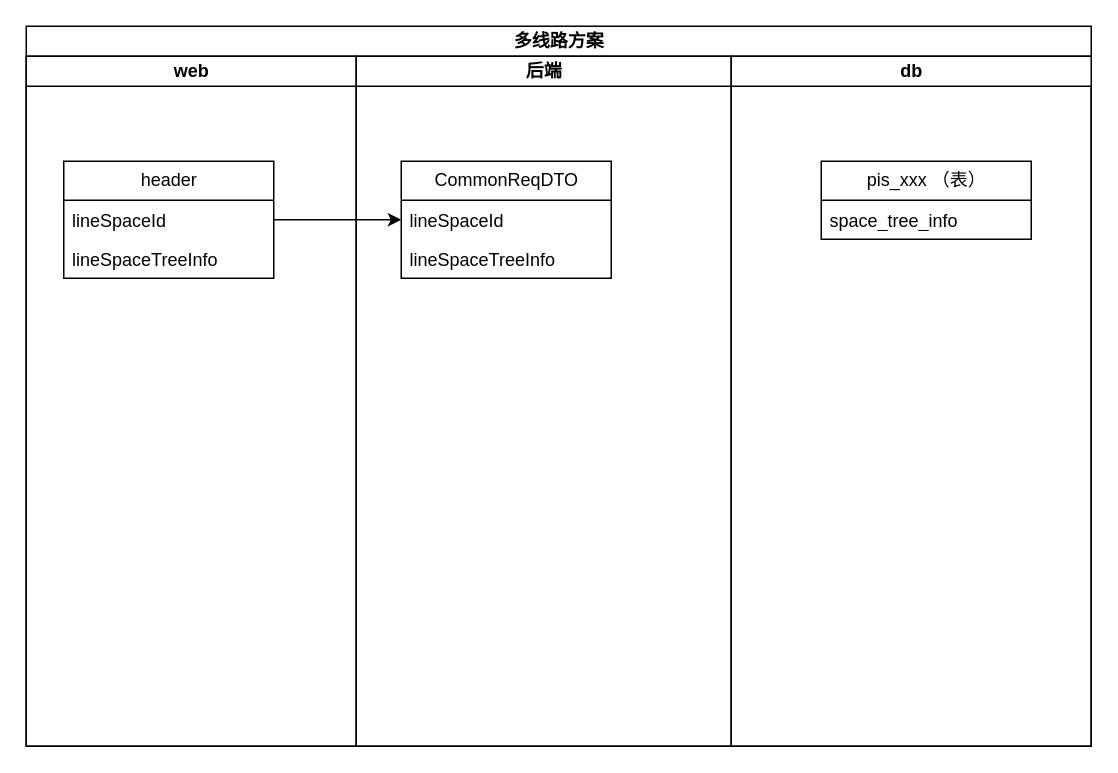
Above: yzs/PIS服务器部署.drawio in yanglei1992/documents (draw.io), before the change. Source tidied: cells renumbered, new cells numbered last; positions are measured from the earlier drawing's top-left corner, leaving out a move shared by most shapes. Both pictures are drawn from the tidied source at 150%, with x=0, y=0 at pixel (26, 26).
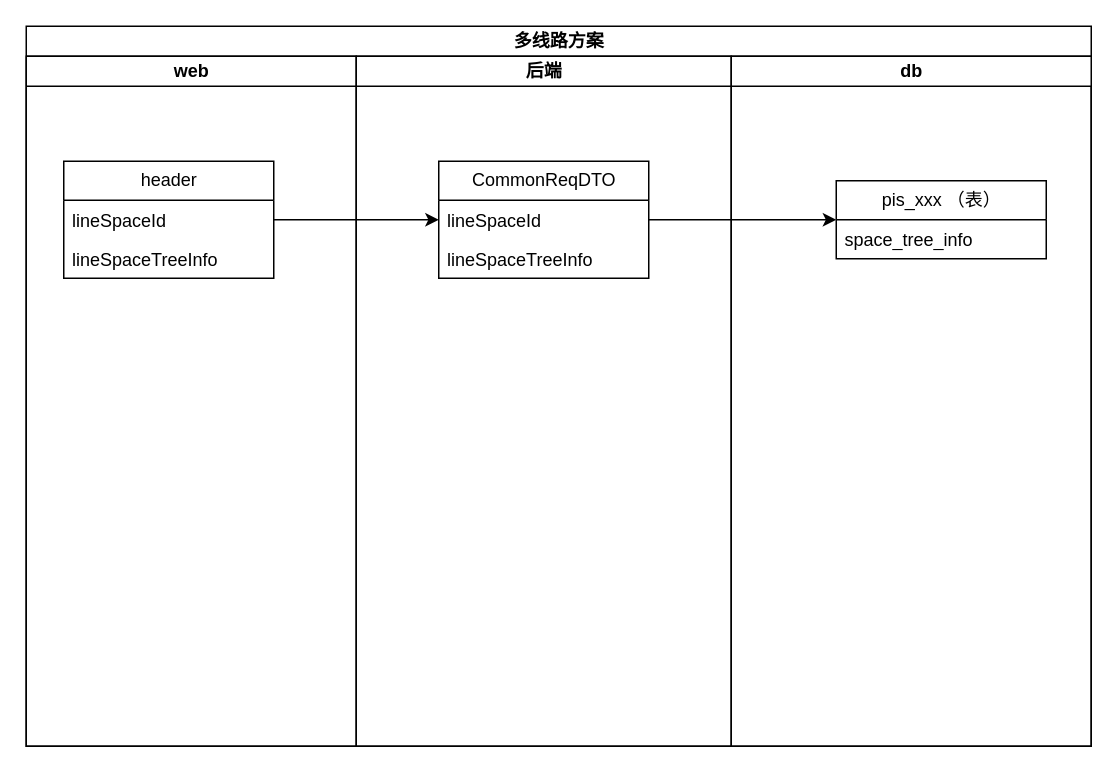
After the change.

Commit message (it also covers changes not shown here):
更新PIS服务器部署.drawio

The edit, as a diff of the source:
```diff
@@
 <mxGraphModel>
   <root>
     <mxCell id="0" />
     <mxCell id="1" parent="0" />
     <mxCell id="2" value="多线路方案" style="swimlane;startSize=20;html=1;" parent="1" vertex="1">
       <mxGeometry width="710" height="480" as="geometry" />
     </mxCell>
     <mxCell id="3" value="web" style="swimlane;startSize=20;html=1;" parent="2" vertex="1">
       <mxGeometry y="20" width="220" height="460" as="geometry" />
     </mxCell>
     <mxCell id="4" value="header" style="swimlane;fontStyle=0;horizontal=1;startSize=26;fillColor=none;html=1;" parent="3" vertex="1">
       <mxGeometry x="25" y="70" width="140" height="78" as="geometry" />
     </mxCell>
     <mxCell id="5" value="lineSpaceId" style="text;strokeColor=none;fillColor=none;align=left;verticalAlign=top;spacingLeft=4;spacingRight=4;overflow=hidden;points=[[0,0.5],[1,0.5]];portConstraint=eastwest;whiteSpace=wrap;html=1;" parent="4" vertex="1">
       <mxGeometry y="26" width="140" height="26" as="geometry" />
     </mxCell>
     <mxCell id="6" value="lineSpaceTreeInfo" style="text;strokeColor=none;fillColor=none;align=left;verticalAlign=top;spacingLeft=4;spacingRight=4;overflow=hidden;whiteSpace=wrap;html=1;" parent="4" vertex="1">
       <mxGeometry y="52" width="140" height="26" as="geometry" />
     </mxCell>
     <mxCell id="7" value="后端" style="swimlane;startSize=20;html=1;" parent="2" vertex="1">
       <mxGeometry x="220" y="20" width="250" height="460" as="geometry" />
     </mxCell>
     <mxCell id="8" value="CommonReqDTO" style="swimlane;fontStyle=0;horizontal=1;startSize=26;fillColor=none;html=1;" parent="7" vertex="1">
-      <mxGeometry x="30" y="70" width="140" height="78" as="geometry" />
+      <mxGeometry x="55" y="70" width="140" height="78" as="geometry" />
     </mxCell>
     <mxCell id="9" value="lineSpaceId" style="text;strokeColor=none;fillColor=none;align=left;verticalAlign=top;spacingLeft=4;spacingRight=4;overflow=hidden;points=[[0,0.5],[1,0.5]];portConstraint=eastwest;whiteSpace=wrap;html=1;" parent="8" vertex="1">
       <mxGeometry y="26" width="140" height="26" as="geometry" />
     </mxCell>
     <mxCell id="10" value="lineSpaceTreeInfo" style="text;strokeColor=none;fillColor=none;align=left;verticalAlign=top;spacingLeft=4;spacingRight=4;overflow=hidden;whiteSpace=wrap;html=1;" parent="8" vertex="1">
       <mxGeometry y="52" width="140" height="26" as="geometry" />
     </mxCell>
     <mxCell id="11" value="db" style="swimlane;startSize=20;html=1;" parent="2" vertex="1">
       <mxGeometry x="470" y="20" width="240" height="460" as="geometry" />
     </mxCell>
     <mxCell id="12" value="pis_xxx （表）" style="swimlane;fontStyle=0;horizontal=1;startSize=26;fillColor=none;html=1;" parent="11" vertex="1">
-      <mxGeometry x="60" y="70" width="140" height="52" as="geometry" />
+      <mxGeometry x="70" y="83" width="140" height="52" as="geometry" />
     </mxCell>
     <mxCell id="13" value="space_tree_info" style="text;strokeColor=none;fillColor=none;align=left;verticalAlign=top;spacingLeft=4;spacingRight=4;overflow=hidden;whiteSpace=wrap;html=1;" parent="12" vertex="1">
       <mxGeometry y="26" width="140" height="26" as="geometry" />
     </mxCell>
     <mxCell id="14" style="edgeStyle=orthogonalEdgeStyle;rounded=0;jettySize=auto;html=1;exitX=1;exitY=0.5;exitDx=0;exitDy=0;" parent="2" edge="1" source="5" target="9">
       <mxGeometry relative="1" as="geometry" />
     </mxCell>
+    <mxCell id="15" style="edgeStyle=orthogonalEdgeStyle;rounded=0;jettySize=auto;html=1;exitX=1;exitY=0.5;exitDx=0;exitDy=0;entryX=0;entryY=0.5;entryDx=0;entryDy=0;" parent="2" edge="1" source="9" target="12">
+      <mxGeometry relative="1" as="geometry" />
+    </mxCell>
   </root>
 </mxGraphModel>
```
